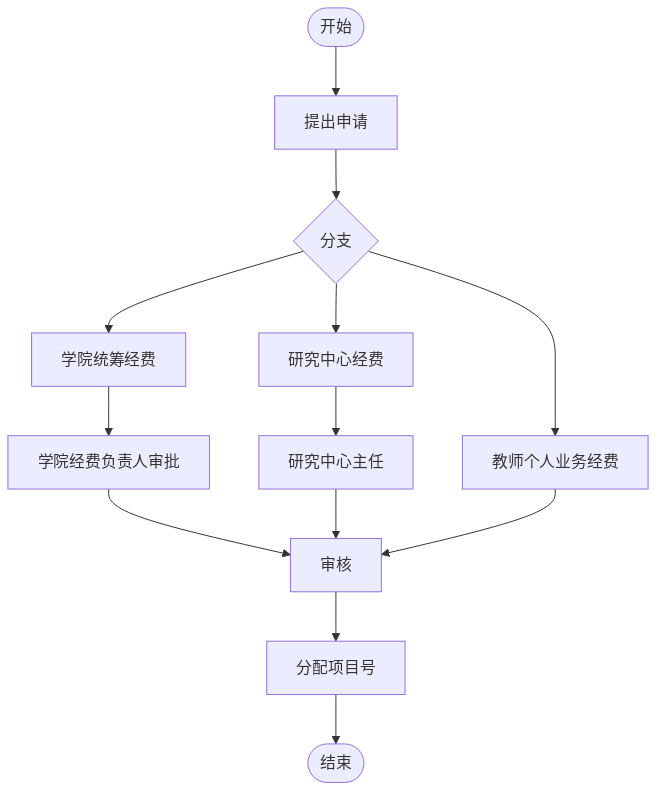
The Mermaid diagram outline2flow/flow_outputs/page_62.png in AmyIvan/work1, before a commit. Its source is kept beside it as outline2flow/mmd_outputs/page_62.mmd. Its diagram source:
```mermaid
flowchart TD
    Start(["开始"]) --> Apply["提出申请"]
    Apply --> Branch{"分支"}
    Branch --> CollegeFunds["学院统筹经费"] --> CollegeApproval["学院经费负责人审批"]
    Branch --> ResearchCenterFunds["研究中心经费"] --> ResearchCenterDirector["研究中心主任"]
    Branch --> PersonalFunds["教师个人业务经费"]
    CollegeApproval --> Review["审核"]
    ResearchCenterDirector --> Review
    PersonalFunds --> Review
    Review --> AssignProjectNumber["分配项目号"]
    AssignProjectNumber --> End(["结束"])
```
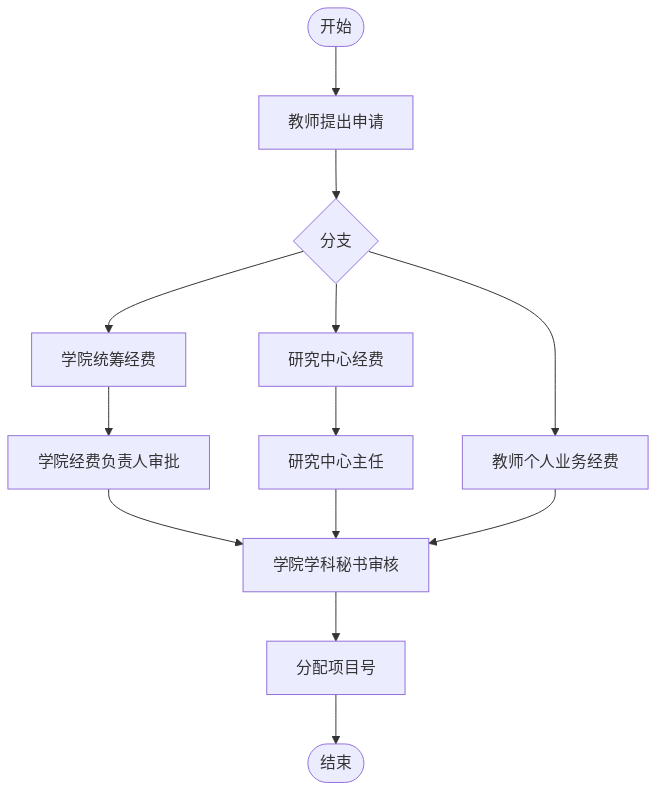
After the commit.

What changed in the source:
```diff
@@ -1,11 +1,11 @@
 flowchart TD
-    Start(["开始"]) --> Apply["提出申请"]
-    Apply --> Branch{"分支"}
-    Branch --> CollegeFunds["学院统筹经费"] --> CollegeApproval["学院经费负责人审批"]
-    Branch --> ResearchCenterFunds["研究中心经费"] --> ResearchCenterDirector["研究中心主任"]
-    Branch --> PersonalFunds["教师个人业务经费"]
-    CollegeApproval --> Review["审核"]
-    ResearchCenterDirector --> Review
-    PersonalFunds --> Review
-    Review --> AssignProjectNumber["分配项目号"]
+    Start(["开始"]) --> TeacherApply["教师提出申请"]
+    TeacherApply --> Branch{"分支"}
+    Branch --> CollegeFund["学院统筹经费"] --> CollegeApproval["学院经费负责人审批"]
+    Branch --> ResearchCenterFund["研究中心经费"] --> ResearchCenterDirector["研究中心主任"]
+    Branch --> PersonalFund["教师个人业务经费"]
+    CollegeApproval --> SecretaryReview["学院学科秘书审核"]
+    ResearchCenterDirector --> SecretaryReview
+    PersonalFund --> SecretaryReview
+    SecretaryReview --> AssignProjectNumber["分配项目号"]
     AssignProjectNumber --> End(["结束"])
```
